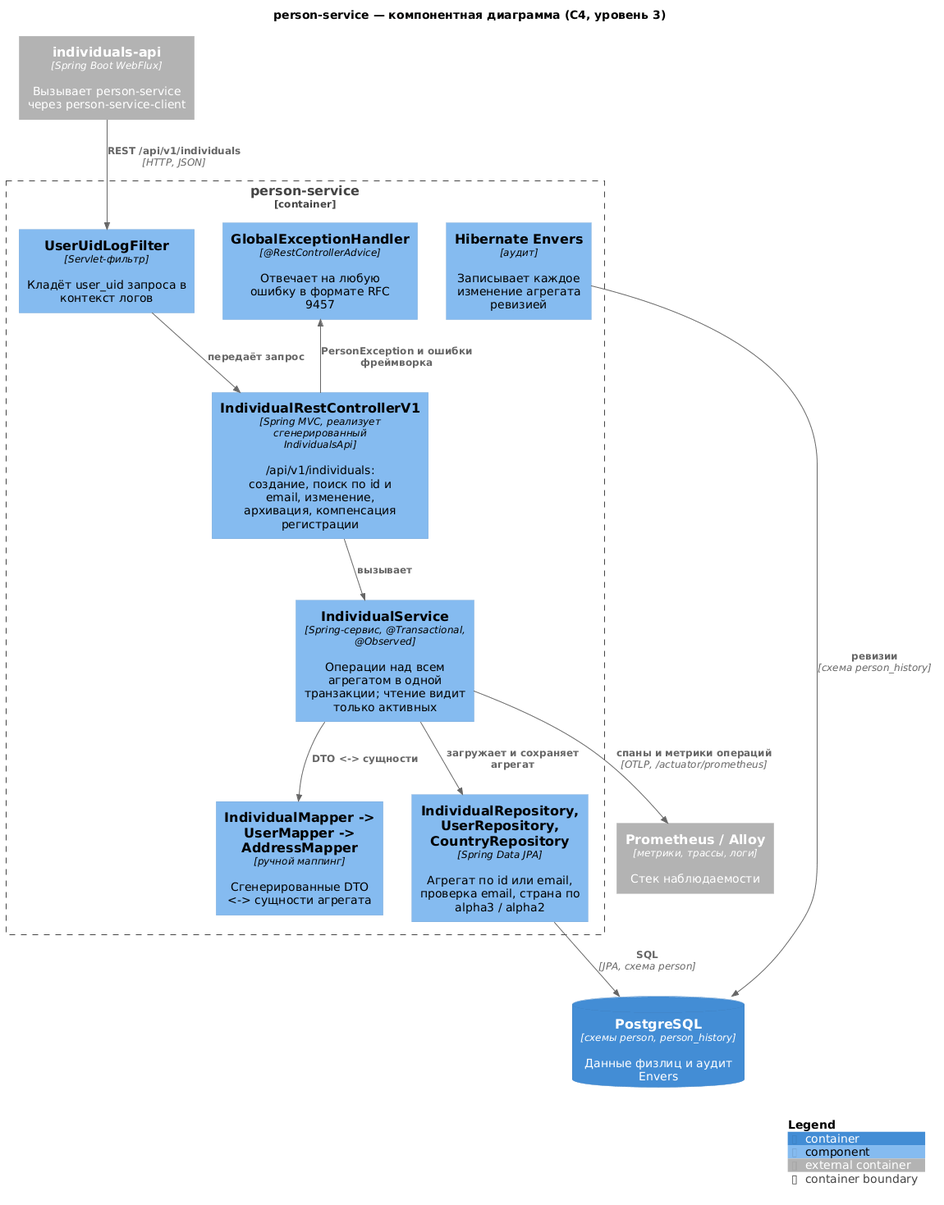
dezxxx/payment-platform keeps this PlantUML diagram as person-service/diagrams-c4/png/ru/component.png. Above is the earlier version. Source of this version:
```plantuml
@startuml component
!include <C4/C4_Component>

title person-service — компонентная диаграмма (C4, уровень 3)

Container_Ext(individualsApi, "individuals-api", "Spring Boot WebFlux", "Вызывает person-service через person-service-client")
ContainerDb(db, "PostgreSQL", "схемы person, person_history", "Данные физлиц и аудит Envers")
Container_Ext(observability, "Prometheus / Alloy", "метрики, трассы, логи", "Стек наблюдаемости")

Container_Boundary(app, "person-service") {
    Component(filter, "UserUidLogFilter", "Servlet-фильтр", "Кладёт user_uid запроса в контекст логов")
    Component(controller, "IndividualRestControllerV1", "Spring MVC, реализует сгенерированный IndividualsApi", "/api/v1/individuals: создание, поиск по id и email, изменение, архивация, компенсация регистрации")
    Component(handler, "GlobalExceptionHandler", "@RestControllerAdvice", "Отвечает на любую ошибку в формате RFC 9457")
    Component(service, "IndividualService", "Spring-сервис, @Transactional, @Observed", "Операции над всем агрегатом в одной транзакции; чтение видит только активных")
    Component(mappers, "IndividualMapper -> UserMapper -> AddressMapper", "ручной маппинг", "Сгенерированные DTO <-> сущности агрегата")
    Component(repositories, "IndividualRepository, UserRepository, CountryRepository", "Spring Data JPA", "Агрегат по id или email, проверка email, страна по alpha3 / alpha2")
    Component(envers, "Hibernate Envers", "аудит", "Записывает каждое изменение агрегата ревизией")
}

Rel(individualsApi, filter, "REST /api/v1/individuals", "HTTP, JSON")
Rel(filter, controller, "передаёт запрос")
Rel(controller, service, "вызывает")
Rel(service, mappers, "DTO <-> сущности")
Rel(service, repositories, "загружает и сохраняет агрегат")
Rel(repositories, db, "SQL", "JPA, схема person")
Rel(envers, db, "ревизии", "схема person_history")
Rel_Back(handler, controller, "PersonException и ошибки фреймворка")
Rel(service, observability, "спаны и метрики операций", "OTLP, /actuator/prometheus")

SHOW_LEGEND()
@enduml
```
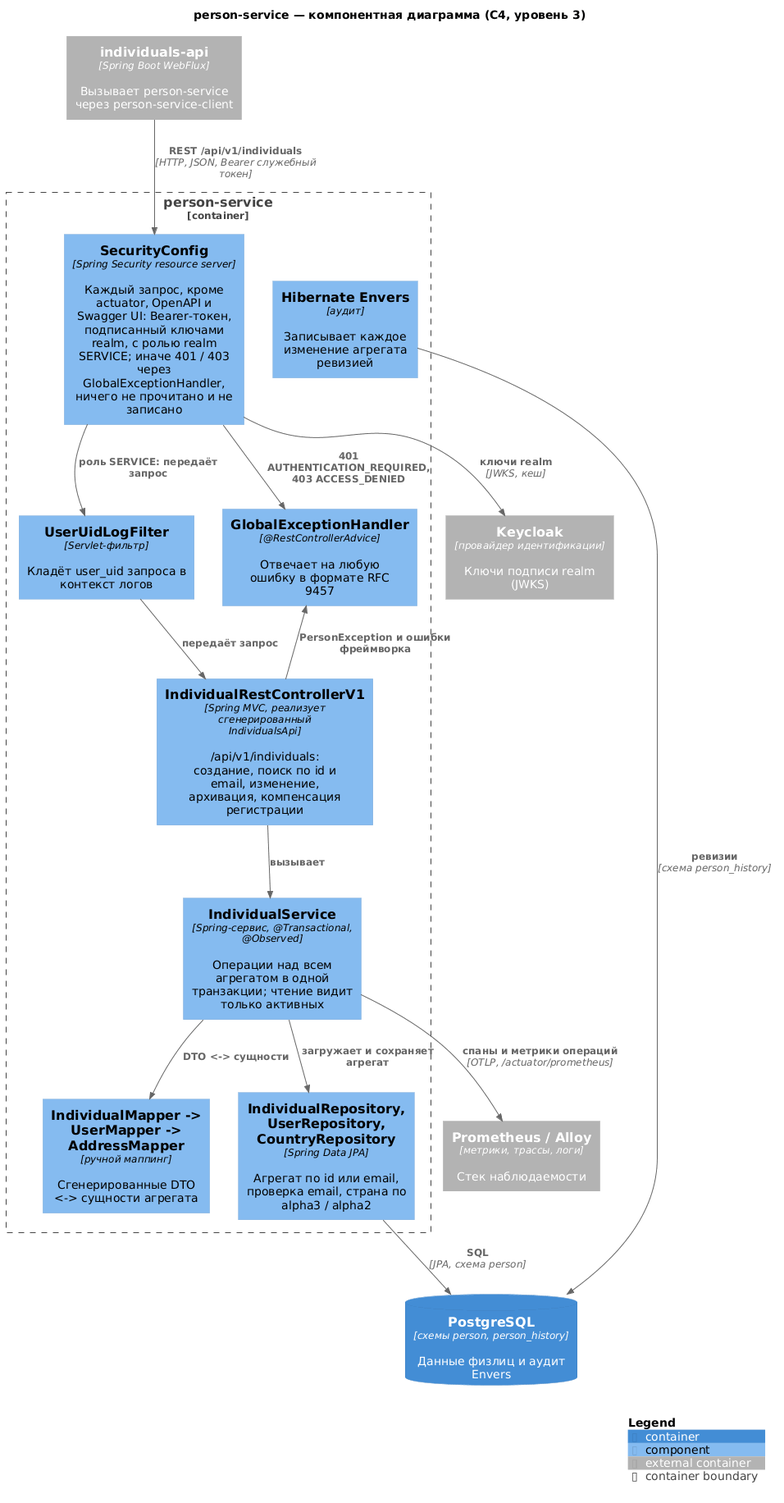
The same file after the commit.

Change to the diagram source:
```diff
@@ -5,9 +5,11 @@
 
 Container_Ext(individualsApi, "individuals-api", "Spring Boot WebFlux", "Вызывает person-service через person-service-client")
 ContainerDb(db, "PostgreSQL", "схемы person, person_history", "Данные физлиц и аудит Envers")
+Container_Ext(keycloak, "Keycloak", "провайдер идентификации", "Ключи подписи realm (JWKS)")
 Container_Ext(observability, "Prometheus / Alloy", "метрики, трассы, логи", "Стек наблюдаемости")
 
 Container_Boundary(app, "person-service") {
+    Component(security, "SecurityConfig", "Spring Security resource server", "Каждый запрос, кроме actuator, OpenAPI и Swagger UI: Bearer-токен, подписанный ключами realm, с ролью realm SERVICE; иначе 401 / 403 через GlobalExceptionHandler, ничего не прочитано и не записано")
     Component(filter, "UserUidLogFilter", "Servlet-фильтр", "Кладёт user_uid запроса в контекст логов")
     Component(controller, "IndividualRestControllerV1", "Spring MVC, реализует сгенерированный IndividualsApi", "/api/v1/individuals: создание, поиск по id и email, изменение, архивация, компенсация регистрации")
     Component(handler, "GlobalExceptionHandler", "@RestControllerAdvice", "Отвечает на любую ошибку в формате RFC 9457")
@@ -17,7 +19,10 @@
     Component(envers, "Hibernate Envers", "аудит", "Записывает каждое изменение агрегата ревизией")
 }
 
-Rel(individualsApi, filter, "REST /api/v1/individuals", "HTTP, JSON")
+Rel(individualsApi, security, "REST /api/v1/individuals", "HTTP, JSON, Bearer служебный токен")
+Rel(security, keycloak, "ключи realm", "JWKS, кеш")
+Rel(security, handler, "401 AUTHENTICATION_REQUIRED, 403 ACCESS_DENIED")
+Rel(security, filter, "роль SERVICE: передаёт запрос")
 Rel(filter, controller, "передаёт запрос")
 Rel(controller, service, "вызывает")
 Rel(service, mappers, "DTO <-> сущности")
```
